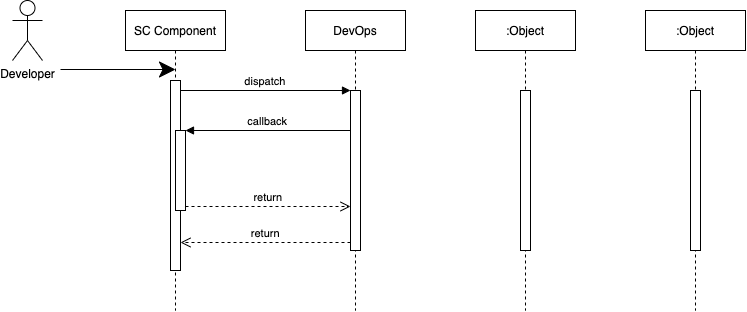
Before: zDifferent/SC/Translation.drawio.png, a diagram exported from draw.io (smitbmx/Architecture-Diagrams). Source tidied: cells renumbered, new cells last; positions are measured from the earlier drawing's top-left corner, leaving out a move shared by most shapes.
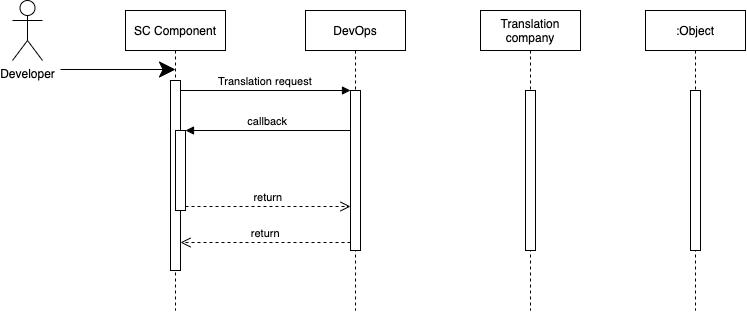
After the commit.

Change to the diagram source:
```diff
@@ -20,7 +20,7 @@
     <mxCell id="7" value="return" style="verticalAlign=bottom;endArrow=open;dashed=1;endSize=8;exitX=0;exitY=0.95;shadow=0;strokeWidth=1;" parent="1" edge="1" source="6" target="3">
       <mxGeometry relative="1" as="geometry" />
     </mxCell>
-    <mxCell id="8" value="dispatch" style="verticalAlign=bottom;endArrow=block;entryX=0;entryY=0;shadow=0;strokeWidth=1;" parent="1" edge="1" source="3" target="6">
+    <mxCell id="8" value="Translation request" style="verticalAlign=bottom;endArrow=block;entryX=0;entryY=0;shadow=0;strokeWidth=1;" parent="1" edge="1" source="3" target="6">
       <mxGeometry relative="1" as="geometry" />
     </mxCell>
     <mxCell id="9" value="callback" style="verticalAlign=bottom;endArrow=block;entryX=1;entryY=0;shadow=0;strokeWidth=1;" parent="1" edge="1" source="6" target="4">
@@ -29,8 +29,8 @@
     <mxCell id="10" value="return" style="verticalAlign=bottom;endArrow=open;dashed=1;endSize=8;exitX=1;exitY=0.95;shadow=0;strokeWidth=1;" parent="1" edge="1" source="4" target="6">
       <mxGeometry relative="1" as="geometry" />
     </mxCell>
-    <mxCell id="11" value=":Object" style="shape=umlLifeline;perimeter=lifelinePerimeter;rounded=0;shadow=0;strokeWidth=1;" parent="1" vertex="1">
-      <mxGeometry x="463" y="10" width="100" height="300" as="geometry" />
+    <mxCell id="11" value="Translation &#10;company" style="shape=umlLifeline;perimeter=lifelinePerimeter;rounded=0;shadow=0;strokeWidth=1;" parent="1" vertex="1">
+      <mxGeometry x="468" y="10" width="100" height="300" as="geometry" />
     </mxCell>
     <mxCell id="12" style="perimeter=orthogonalPerimeter;rounded=0;shadow=0;strokeWidth=1;" parent="11" vertex="1">
       <mxGeometry x="45" y="80" width="10" height="160" as="geometry" />
```
